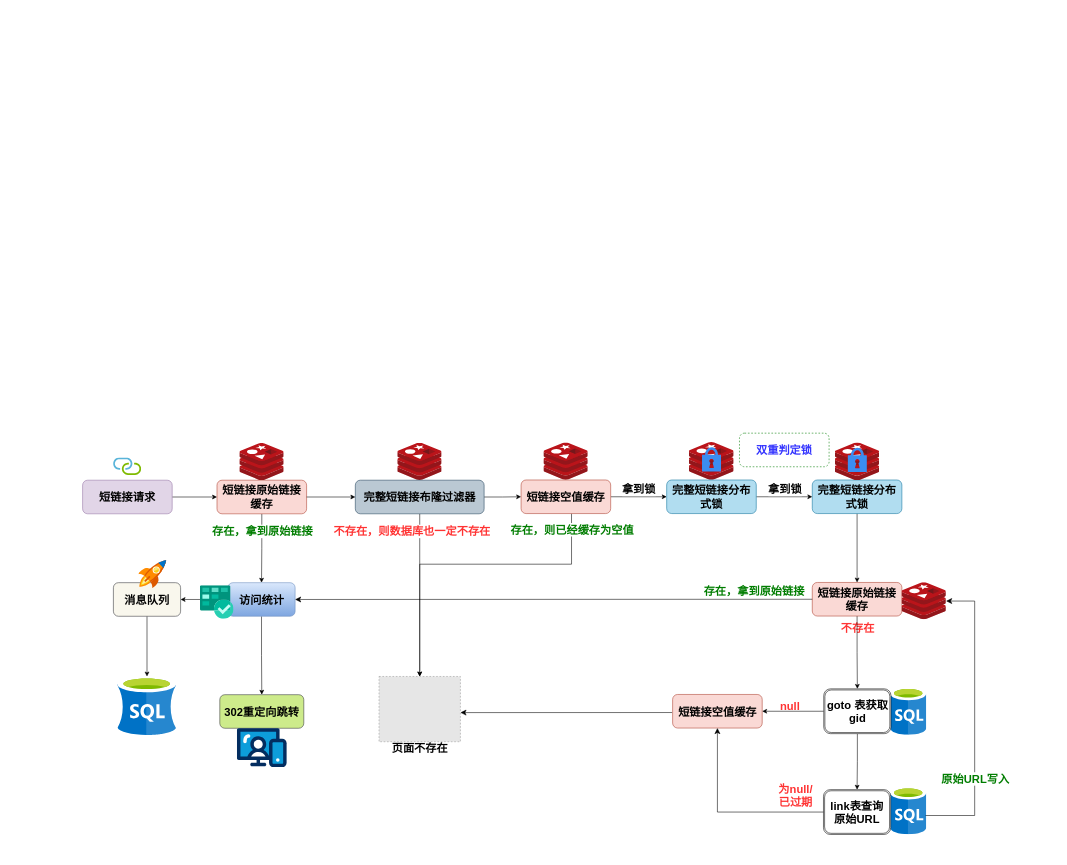
The draw.io diagram 短链接跳转逻辑.drawio in ZZH86/Java_learn, before the edit. Source tidied: cells renumbered, new cells numbered last; positions are measured from the earlier drawing's top-left corner, leaving out a move shared by most shapes. Both pictures are drawn from the tidied source at 56%, with x=0, y=0 at pixel (82, 433). Pictures stored in the file or linked from it are replaced by grey dashed boxes.
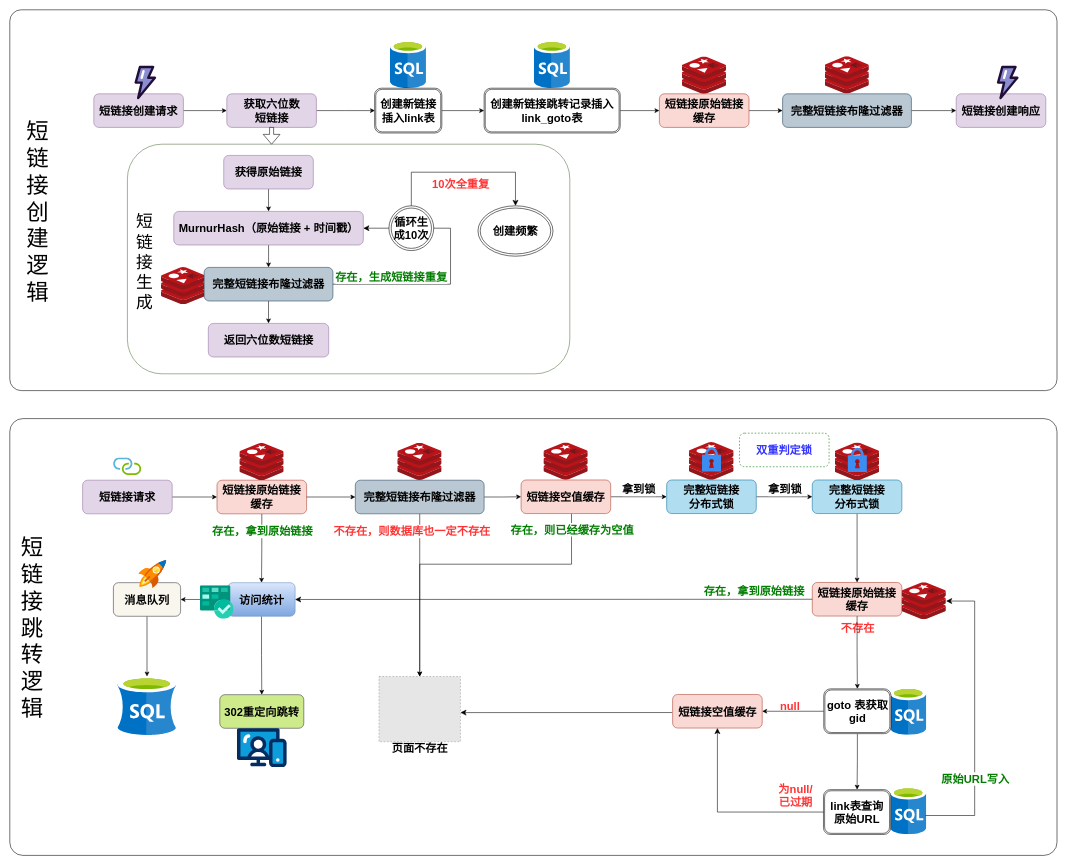
The same page after the edit.

Commit message (it also covers changes not shown here):
更新短链接跳转逻辑.drawio

The edit, as a diff of the source:
```diff
@@
+    <mxCell id="62" style="rounded=1;whiteSpace=wrap;html=1;arcSize=3;" parent="1" vertex="1">
+      <mxGeometry x="-130" y="-756" width="1870" height="680" as="geometry" />
+    </mxCell>
+    <mxCell id="63" style="rounded=1;whiteSpace=wrap;html=1;strokeColor=#557543;" parent="1" vertex="1">
+      <mxGeometry x="80" y="-516" width="790" height="410" as="geometry" />
+    </mxCell>
+    <mxCell id="64" style="rounded=1;whiteSpace=wrap;html=1;arcSize=3;" parent="1" vertex="1">
+      <mxGeometry x="-130" y="-26" width="1870" height="780" as="geometry" />
+    </mxCell>
@@
-    <mxCell id="31" value="&lt;span style=&quot;font-size: 20px;&quot;&gt;&lt;b&gt;完整短链接分布式锁&lt;/b&gt;&lt;/span&gt;" style="rounded=1;whiteSpace=wrap;html=1;fillColor=#b1ddf0;strokeColor=#10739e;" parent="1" vertex="1">
+    <mxCell id="31" value="&lt;span style=&quot;font-size: 20px;&quot;&gt;&lt;b&gt;完整短链接&lt;br&gt;分布式锁&lt;/b&gt;&lt;/span&gt;" style="rounded=1;whiteSpace=wrap;html=1;fillColor=#b1ddf0;strokeColor=#10739e;" parent="1" vertex="1">
       <mxGeometry x="1043" y="83.6" width="160" height="60" as="geometry" />
     </mxCell>
@@
-    <mxCell id="42" value="&lt;span style=&quot;font-size: 20px;&quot;&gt;&lt;b&gt;完整短链接分布式锁&lt;/b&gt;&lt;/span&gt;" style="rounded=1;whiteSpace=wrap;html=1;fillColor=#b1ddf0;strokeColor=#10739e;" parent="1" vertex="1">
+    <mxCell id="42" value="&lt;span style=&quot;font-size: 20px;&quot;&gt;&lt;b&gt;完整短链接&lt;br&gt;分布式锁&lt;/b&gt;&lt;/span&gt;" style="rounded=1;whiteSpace=wrap;html=1;fillColor=#b1ddf0;strokeColor=#10739e;" parent="1" vertex="1">
       <mxGeometry x="1303" y="83.6" width="160" height="60" as="geometry" />
     </mxCell>
@@
+    <mxCell id="65" value="&lt;font style=&quot;font-size: 40px;&quot;&gt;短链接跳转逻辑&lt;/font&gt;" style="text;html=1;strokeColor=none;fillColor=none;align=center;verticalAlign=middle;whiteSpace=wrap;rounded=0;" parent="1" vertex="1">
+      <mxGeometry x="-120" y="176.6" width="60" height="340" as="geometry" />
+    </mxCell>
+    <mxCell id="66" value="&lt;font style=&quot;font-size: 40px;&quot;&gt;短链接创建逻辑&lt;/font&gt;" style="text;html=1;strokeColor=none;fillColor=none;align=center;verticalAlign=middle;whiteSpace=wrap;rounded=0;" parent="1" vertex="1">
+      <mxGeometry x="-110" y="-566" width="60" height="340" as="geometry" />
+    </mxCell>
+    <mxCell id="67" style="edgeStyle=orthogonalEdgeStyle;rounded=0;jettySize=auto;html=1;" parent="1" edge="1" source="68" target="71">
+      <mxGeometry relative="1" as="geometry" />
+    </mxCell>
+    <mxCell id="68" value="&lt;font style=&quot;font-size: 20px;&quot;&gt;&lt;b&gt;短链接创建请求&lt;/b&gt;&lt;/font&gt;" style="rounded=1;whiteSpace=wrap;html=1;fillColor=#e1d5e7;strokeColor=#9673a6;" parent="1" vertex="1">
+      <mxGeometry x="20" y="-606" width="160" height="60" as="geometry" />
+    </mxCell>
+    <mxCell id="69" style="verticalLabelPosition=bottom;html=1;shape=mxgraph.salesforce.platform;" parent="1" vertex="1">
+      <mxGeometry x="92.5" y="-656" width="39" height="60" as="geometry" />
+    </mxCell>
+    <mxCell id="70" style="edgeStyle=orthogonalEdgeStyle;rounded=0;jettySize=auto;html=1;" parent="1" edge="1" source="71">
+      <mxGeometry relative="1" as="geometry">
+        <mxPoint x="522" y="-576" as="targetPoint" />
+      </mxGeometry>
+    </mxCell>
+    <mxCell id="71" value="&lt;font style=&quot;font-size: 20px;&quot;&gt;&lt;b&gt;获取六位数&lt;br&gt;短链接&lt;/b&gt;&lt;/font&gt;" style="rounded=1;whiteSpace=wrap;html=1;fillColor=#e1d5e7;strokeColor=#9673a6;" parent="1" vertex="1">
+      <mxGeometry x="257.5" y="-606" width="160" height="60" as="geometry" />
+    </mxCell>
+    <mxCell id="72" style="edgeStyle=orthogonalEdgeStyle;rounded=0;jettySize=auto;html=1;" parent="1" edge="1" source="73" target="75">
+      <mxGeometry relative="1" as="geometry" />
+    </mxCell>
+    <mxCell id="73" value="&lt;span style=&quot;font-size: 20px;&quot;&gt;&lt;b&gt;获得原始链接&lt;/b&gt;&lt;/span&gt;" style="rounded=1;whiteSpace=wrap;html=1;fillColor=#e1d5e7;strokeColor=#9673a6;" parent="1" vertex="1">
+      <mxGeometry x="252" y="-496" width="160" height="60" as="geometry" />
+    </mxCell>
+    <mxCell id="74" style="edgeStyle=orthogonalEdgeStyle;rounded=0;jettySize=auto;html=1;" parent="1" edge="1" source="75" target="78">
+      <mxGeometry relative="1" as="geometry" />
+    </mxCell>
+    <mxCell id="75" value="&lt;span style=&quot;font-size: 20px;&quot;&gt;&lt;b&gt;MurnurHash（原始链接 + 时间戳）&lt;/b&gt;&lt;/span&gt;" style="rounded=1;whiteSpace=wrap;html=1;fillColor=#e1d5e7;strokeColor=#9673a6;" parent="1" vertex="1">
+      <mxGeometry x="162.8" y="-396" width="338.5" height="60" as="geometry" />
+    </mxCell>
+    <mxCell id="76" style="image;sketch=0;html=1;align=center;fontSize=12;image=img/lib/mscae/Cache_Redis_Product.svg;" parent="1" vertex="1">
+      <mxGeometry x="140.5" y="-296" width="79" height="66.4" as="geometry" />
+    </mxCell>
+    <mxCell id="77" style="edgeStyle=orthogonalEdgeStyle;rounded=0;jettySize=auto;html=1;" parent="1" edge="1" source="78" target="82">
+      <mxGeometry relative="1" as="geometry" />
+    </mxCell>
+    <mxCell id="78" value="&lt;span style=&quot;font-size: 20px;&quot;&gt;&lt;b&gt;完整短链接布隆过滤器&lt;/b&gt;&lt;/span&gt;" style="rounded=1;whiteSpace=wrap;html=1;fillColor=#bac8d3;strokeColor=#23445d;" parent="1" vertex="1">
+      <mxGeometry x="217" y="-296" width="230" height="60" as="geometry" />
+    </mxCell>
+    <mxCell id="79" style="edgeStyle=elbowEdgeStyle;elbow=horizontal;endArrow=classic;html=1;curved=0;rounded=0;endSize=8;startSize=8;exitX=1;exitY=0.5;exitDx=0;exitDy=0;entryX=1;entryY=0.5;entryDx=0;entryDy=0;" parent="1" edge="1" source="78" target="75">
+      <mxGeometry relative="1" as="geometry">
+        <Array as="points">
+          <mxPoint x="657" y="-296" />
+        </Array>
+      </mxGeometry>
+    </mxCell>
+    <mxCell id="80" value="&lt;font color=&quot;#007d00&quot; style=&quot;font-size: 20px;&quot;&gt;&lt;b&gt;存在，生成短链接重复&lt;/b&gt;&lt;/font&gt;" style="edgeLabel;html=1;align=center;verticalAlign=middle;" parent="1" vertex="1">
+      <mxGeometry x="557" y="-326" as="geometry">
+        <mxPoint x="-7" y="46" as="offset" />
+      </mxGeometry>
+    </mxCell>
+    <mxCell id="81" value="&lt;b&gt;&lt;font style=&quot;font-size: 20px;&quot;&gt;循环生成10次&lt;/font&gt;&lt;/b&gt;" style="ellipse;shape=doubleEllipse;whiteSpace=wrap;html=1;" parent="1" vertex="1">
+      <mxGeometry x="547" y="-406" width="80" height="80" as="geometry" />
+    </mxCell>
+    <mxCell id="82" value="&lt;span style=&quot;font-size: 20px;&quot;&gt;&lt;b&gt;返回六位数短链接&lt;/b&gt;&lt;/span&gt;" style="rounded=1;whiteSpace=wrap;html=1;fillColor=#e1d5e7;strokeColor=#9673a6;" parent="1" vertex="1">
+      <mxGeometry x="224.5" y="-196" width="215" height="60" as="geometry" />
+    </mxCell>
+    <mxCell id="83" style="image;sketch=0;html=1;align=center;fontSize=12;image=img/lib/mscae/SQL_Database_generic.svg;" parent="1" vertex="1">
+      <mxGeometry x="549.2" y="-701" width="64.6" height="85" as="geometry" />
+    </mxCell>
+    <mxCell id="84" style="edgeStyle=orthogonalEdgeStyle;rounded=0;jettySize=auto;html=1;" parent="1" edge="1" source="85" target="87">
+      <mxGeometry relative="1" as="geometry" />
+    </mxCell>
+    <mxCell id="85" value="&lt;font style=&quot;font-size: 20px;&quot;&gt;&lt;b&gt;创建新链接插入link表&lt;/b&gt;&lt;/font&gt;" style="shape=ext;double=1;rounded=1;whiteSpace=wrap;html=1;" parent="1" vertex="1">
+      <mxGeometry x="521.5" y="-616" width="120" height="80" as="geometry" />
+    </mxCell>
+    <mxCell id="86" style="edgeStyle=orthogonalEdgeStyle;rounded=0;jettySize=auto;html=1;" parent="1" edge="1" source="87" target="90">
+      <mxGeometry relative="1" as="geometry" />
+    </mxCell>
+    <mxCell id="87" value="&lt;font style=&quot;font-size: 20px;&quot;&gt;&lt;b&gt;创建新链接跳转记录插入link_goto表&lt;/b&gt;&lt;/font&gt;" style="shape=ext;double=1;rounded=1;whiteSpace=wrap;html=1;" parent="1" vertex="1">
+      <mxGeometry x="717" y="-616" width="243" height="80" as="geometry" />
+    </mxCell>
+    <mxCell id="88" style="image;sketch=0;html=1;align=center;fontSize=12;image=img/lib/mscae/SQL_Database_generic.svg;" parent="1" vertex="1">
+      <mxGeometry x="806.2" y="-701" width="64.6" height="85" as="geometry" />
+    </mxCell>
+    <mxCell id="89" style="edgeStyle=orthogonalEdgeStyle;rounded=0;jettySize=auto;html=1;" parent="1" edge="1" source="90" target="94">
+      <mxGeometry relative="1" as="geometry" />
+    </mxCell>
+    <mxCell id="90" value="&lt;span style=&quot;font-size: 20px;&quot;&gt;&lt;b&gt;短链接原始链接缓存&lt;/b&gt;&lt;/span&gt;" style="rounded=1;whiteSpace=wrap;html=1;fillColor=#fad9d5;strokeColor=#ae4132;" parent="1" vertex="1">
+      <mxGeometry x="1030" y="-606" width="160" height="60" as="geometry" />
+    </mxCell>
+    <mxCell id="91" style="image;sketch=0;html=1;align=center;fontSize=12;image=img/lib/mscae/Cache_Redis_Product.svg;" parent="1" vertex="1">
+      <mxGeometry x="1070.5" y="-672" width="79" height="66.4" as="geometry" />
+    </mxCell>
+    <mxCell id="92" style="image;sketch=0;html=1;align=center;fontSize=12;image=img/lib/mscae/Cache_Redis_Product.svg;" parent="1" vertex="1">
+      <mxGeometry x="1325.5" y="-672.4" width="79" height="66.4" as="geometry" />
+    </mxCell>
+    <mxCell id="93" style="edgeStyle=orthogonalEdgeStyle;rounded=0;jettySize=auto;html=1;" parent="1" edge="1" source="94" target="95">
+      <mxGeometry relative="1" as="geometry" />
+    </mxCell>
+    <mxCell id="94" value="&lt;span style=&quot;font-size: 20px;&quot;&gt;&lt;b&gt;完整短链接布隆过滤器&lt;/b&gt;&lt;/span&gt;" style="rounded=1;whiteSpace=wrap;html=1;fillColor=#bac8d3;strokeColor=#23445d;" parent="1" vertex="1">
+      <mxGeometry x="1250" y="-606" width="230" height="60" as="geometry" />
+    </mxCell>
+    <mxCell id="95" value="&lt;font style=&quot;font-size: 20px;&quot;&gt;&lt;b&gt;短链接创建响应&lt;/b&gt;&lt;/font&gt;" style="rounded=1;whiteSpace=wrap;html=1;fillColor=#e1d5e7;strokeColor=#9673a6;" parent="1" vertex="1">
+      <mxGeometry x="1560" y="-606" width="160" height="60" as="geometry" />
+    </mxCell>
+    <mxCell id="96" style="verticalLabelPosition=bottom;html=1;shape=mxgraph.salesforce.platform;" parent="1" vertex="1">
+      <mxGeometry x="1632.5" y="-656" width="39" height="60" as="geometry" />
+    </mxCell>
+    <mxCell id="97" value="&lt;font style=&quot;font-size: 30px;&quot;&gt;短链接&lt;br&gt;生成&lt;br&gt;&lt;/font&gt;" style="text;html=1;strokeColor=none;fillColor=none;align=center;verticalAlign=middle;whiteSpace=wrap;rounded=0;" parent="1" vertex="1">
+      <mxGeometry x="80.5" y="-476" width="60" height="340" as="geometry" />
+    </mxCell>
+    <mxCell id="98" style="shape=singleArrow;direction=south;whiteSpace=wrap;html=1;arrowWidth=0.24057889225507484;arrowSize=0.5845293468899172;" parent="1" vertex="1">
+      <mxGeometry x="322.5" y="-546" width="30" height="30" as="geometry" />
+    </mxCell>
+    <mxCell id="99" value="&lt;font style=&quot;font-size: 20px;&quot;&gt;&lt;b&gt;创建频繁&lt;/b&gt;&lt;/font&gt;" style="ellipse;shape=doubleEllipse;whiteSpace=wrap;html=1;" parent="1" vertex="1">
+      <mxGeometry x="706" y="-406" width="134" height="90" as="geometry" />
+    </mxCell>
+    <mxCell id="100" style="edgeStyle=elbowEdgeStyle;elbow=vertical;endArrow=classic;html=1;curved=0;rounded=0;endSize=8;startSize=8;exitX=0.5;exitY=0;exitDx=0;exitDy=0;entryX=0.5;entryY=0;entryDx=0;entryDy=0;" parent="1" edge="1" source="81" target="99">
+      <mxGeometry relative="1" as="geometry">
+        <Array as="points">
+          <mxPoint x="690" y="-466" />
+        </Array>
+      </mxGeometry>
+    </mxCell>
+    <mxCell id="101" value="&lt;font color=&quot;#ff3333&quot;&gt;&lt;span style=&quot;font-size: 20px;&quot;&gt;&lt;b&gt;10次全重复&lt;/b&gt;&lt;/span&gt;&lt;/font&gt;" style="edgeLabel;html=1;align=center;verticalAlign=middle;" parent="1" vertex="1">
+      <mxGeometry x="674.7" y="-446" as="geometry" />
+    </mxCell>
```
